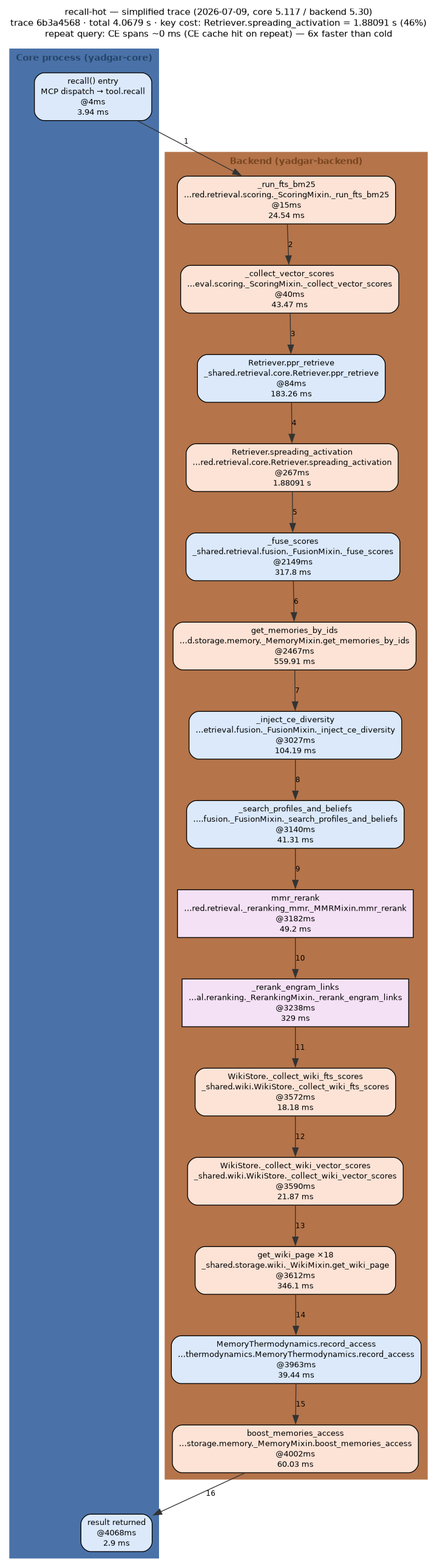
m-agahi/yadgar keeps this Graphviz diagram as docs/diagrams/out/recall-hot-trace-2026-07-09.png. Above is the earlier version. Its source is kept beside it as docs/diagrams/out/recall-hot-trace-2026-07-09.dot.
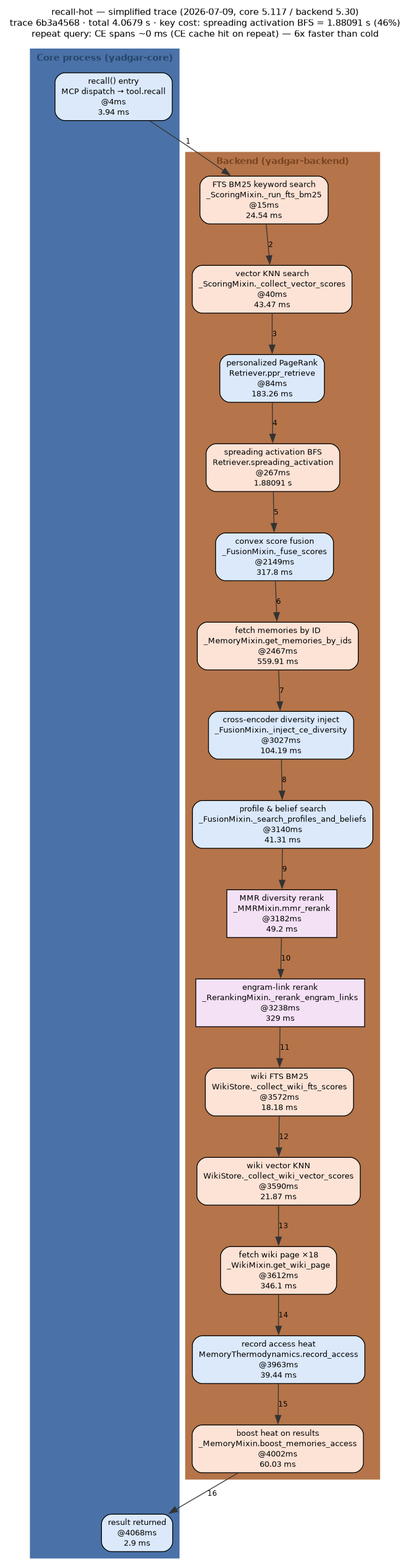
After the commit.

Diff of the diagram source:
```diff
@@ -8,7 +8,7 @@
   node  [fontname="Helvetica", fontsize=10];
   edge  [fontname="Helvetica", fontsize=9];
   label="recall-hot — simplified trace (2026-07-09, core 5.117 / backend 5.30)
-trace 6b3a4568 · total 4.0679 s · key cost: Retriever.spreading_activation = 1.88091 s (46%)\nrepeat query: CE spans ~0 ms (CE cache hit on repeat) — 6x faster than cold";
+trace 6b3a4568 · total 4.0679 s · key cost: spreading activation BFS = 1.88091 s (46%)\nrepeat query: CE spans ~0 ms (CE cache hit on repeat) — 6x faster than cold";
   subgraph "cluster_core" {
     label="Core process (yadgar-core)";
     style=filled;
@@ -26,21 +26,21 @@
     color="#b5744a";
     fontcolor="#7a4620";
     fontname="Helvetica-Bold";
-    "s0" [shape="box", style="rounded,filled", fillcolor="#fce3d6", label="_run_fts_bm25\n…red.retrieval.scoring._ScoringMixin._run_fts_bm25\n@15ms\n24.54 ms"];
-    "s1" [shape="box", style="rounded,filled", fillcolor="#fce3d6", label="_collect_vector_scores\n…eval.scoring._ScoringMixin._collect_vector_scores\n@40ms\n43.47 ms"];
-    "s2" [shape="box", style="rounded,filled", fillcolor="#dbe9fb", label="Retriever.ppr_retrieve\n_shared.retrieval.core.Retriever.ppr_retrieve\n@84ms\n183.26 ms"];
-    "s3" [shape="box", style="rounded,filled", fillcolor="#fce3d6", label="Retriever.spreading_activation\n…red.retrieval.core.Retriever.spreading_activation\n@267ms\n1.88091 s"];
-    "s4" [shape="box", style="rounded,filled", fillcolor="#dbe9fb", label="_fuse_scores\n_shared.retrieval.fusion._FusionMixin._fuse_scores\n@2149ms\n317.8 ms"];
-    "s5" [shape="box", style="rounded,filled", fillcolor="#fce3d6", label="get_memories_by_ids\n…d.storage.memory._MemoryMixin.get_memories_by_ids\n@2467ms\n559.91 ms"];
-    "s6" [shape="box", style="rounded,filled", fillcolor="#dbe9fb", label="_inject_ce_diversity\n…etrieval.fusion._FusionMixin._inject_ce_diversity\n@3027ms\n104.19 ms"];
-    "s7" [shape="box", style="rounded,filled", fillcolor="#dbe9fb", label="_search_profiles_and_beliefs\n….fusion._FusionMixin._search_profiles_and_beliefs\n@3140ms\n41.31 ms"];
-    "s8" [shape="box", style="filled", fillcolor="#f5e1f5", label="mmr_rerank\n…red.retrieval._reranking_mmr._MMRMixin.mmr_rerank\n@3182ms\n49.2 ms"];
-    "s9" [shape="box", style="filled", fillcolor="#f5e1f5", label="_rerank_engram_links\n…al.reranking._RerankingMixin._rerank_engram_links\n@3238ms\n329 ms"];
-    "s10" [shape="box", style="rounded,filled", fillcolor="#fce3d6", label="WikiStore._collect_wiki_fts_scores\n_shared.wiki.WikiStore._collect_wiki_fts_scores\n@3572ms\n18.18 ms"];
-    "s11" [shape="box", style="rounded,filled", fillcolor="#fce3d6", label="WikiStore._collect_wiki_vector_scores\n_shared.wiki.WikiStore._collect_wiki_vector_scores\n@3590ms\n21.87 ms"];
-    "s12" [shape="box", style="rounded,filled", fillcolor="#fce3d6", label="get_wiki_page ×18\n_shared.storage.wiki._WikiMixin.get_wiki_page\n@3612ms\n346.1 ms"];
-    "s13" [shape="box", style="rounded,filled", fillcolor="#dbe9fb", label="MemoryThermodynamics.record_access\n…thermodynamics.MemoryThermodynamics.record_access\n@3963ms\n39.44 ms"];
-    "s14" [shape="box", style="rounded,filled", fillcolor="#fce3d6", label="boost_memories_access\n…storage.memory._MemoryMixin.boost_memories_access\n@4002ms\n60.03 ms"];
+    "s0" [shape="box", style="rounded,filled", fillcolor="#fce3d6", label="FTS BM25 keyword search\n_ScoringMixin._run_fts_bm25\n@15ms\n24.54 ms"];
+    "s1" [shape="box", style="rounded,filled", fillcolor="#fce3d6", label="vector KNN search\n_ScoringMixin._collect_vector_scores\n@40ms\n43.47 ms"];
+    "s2" [shape="box", style="rounded,filled", fillcolor="#dbe9fb", label="personalized PageRank\nRetriever.ppr_retrieve\n@84ms\n183.26 ms"];
+    "s3" [shape="box", style="rounded,filled", fillcolor="#fce3d6", label="spreading activation BFS\nRetriever.spreading_activation\n@267ms\n1.88091 s"];
+    "s4" [shape="box", style="rounded,filled", fillcolor="#dbe9fb", label="convex score fusion\n_FusionMixin._fuse_scores\n@2149ms\n317.8 ms"];
+    "s5" [shape="box", style="rounded,filled", fillcolor="#fce3d6", label="fetch memories by ID\n_MemoryMixin.get_memories_by_ids\n@2467ms\n559.91 ms"];
+    "s6" [shape="box", style="rounded,filled", fillcolor="#dbe9fb", label="cross-encoder diversity inject\n_FusionMixin._inject_ce_diversity\n@3027ms\n104.19 ms"];
+    "s7" [shape="box", style="rounded,filled", fillcolor="#dbe9fb", label="profile & belief search\n_FusionMixin._search_profiles_and_beliefs\n@3140ms\n41.31 ms"];
+    "s8" [shape="box", style="filled", fillcolor="#f5e1f5", label="MMR diversity rerank\n_MMRMixin.mmr_rerank\n@3182ms\n49.2 ms"];
+    "s9" [shape="box", style="filled", fillcolor="#f5e1f5", label="engram-link rerank\n_RerankingMixin._rerank_engram_links\n@3238ms\n329 ms"];
+    "s10" [shape="box", style="rounded,filled", fillcolor="#fce3d6", label="wiki FTS BM25\nWikiStore._collect_wiki_fts_scores\n@3572ms\n18.18 ms"];
+    "s11" [shape="box", style="rounded,filled", fillcolor="#fce3d6", label="wiki vector KNN\nWikiStore._collect_wiki_vector_scores\n@3590ms\n21.87 ms"];
+    "s12" [shape="box", style="rounded,filled", fillcolor="#fce3d6", label="fetch wiki page ×18\n_WikiMixin.get_wiki_page\n@3612ms\n346.1 ms"];
+    "s13" [shape="box", style="rounded,filled", fillcolor="#dbe9fb", label="record access heat\nMemoryThermodynamics.record_access\n@3963ms\n39.44 ms"];
+    "s14" [shape="box", style="rounded,filled", fillcolor="#fce3d6", label="boost heat on results\n_MemoryMixin.boost_memories_access\n@4002ms\n60.03 ms"];
   }
   "entry" -> "s0" [color="#333333", style="solid", label="1"];
   "s0" -> "s1" [color="#333333", style="solid", label="2"];
```
